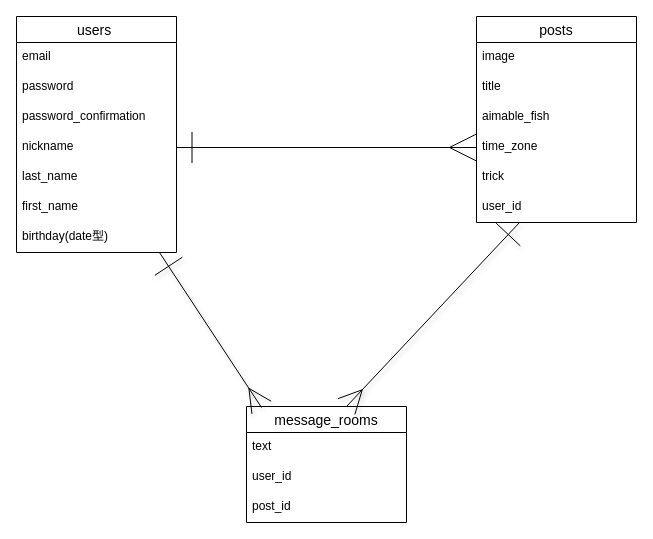
This is ER.dio from tatsuya-tsurumi/fish-spot, a draw.io file, before an edit. Source tidied: cells renumbered, new cells numbered last; positions are measured from the earlier drawing's top-left corner, leaving out a move shared by most shapes. Both pictures are drawn from the tidied source at 100%, with x=0, y=0 at pixel (16, 16).
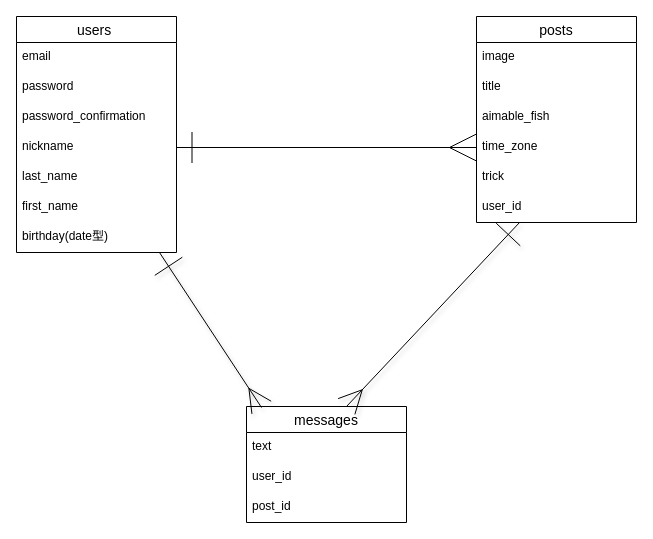
The same diagram, later.

Commit message (it also covers changes not shown here):
message_roomsをmessagesテーブルへ変更

Change to the diagram source:
```diff
@@
-    <mxCell id="17" value="message_rooms" style="swimlane;fontStyle=0;horizontal=1;startSize=26;align=center;fontSize=14;" parent="1" vertex="1">
+    <mxCell id="17" value="messages" style="swimlane;fontStyle=0;horizontal=1;startSize=26;align=center;fontSize=14;" parent="1" vertex="1">
       <mxGeometry x="230" y="390" width="160" height="116" as="geometry" />
     </mxCell>
```
